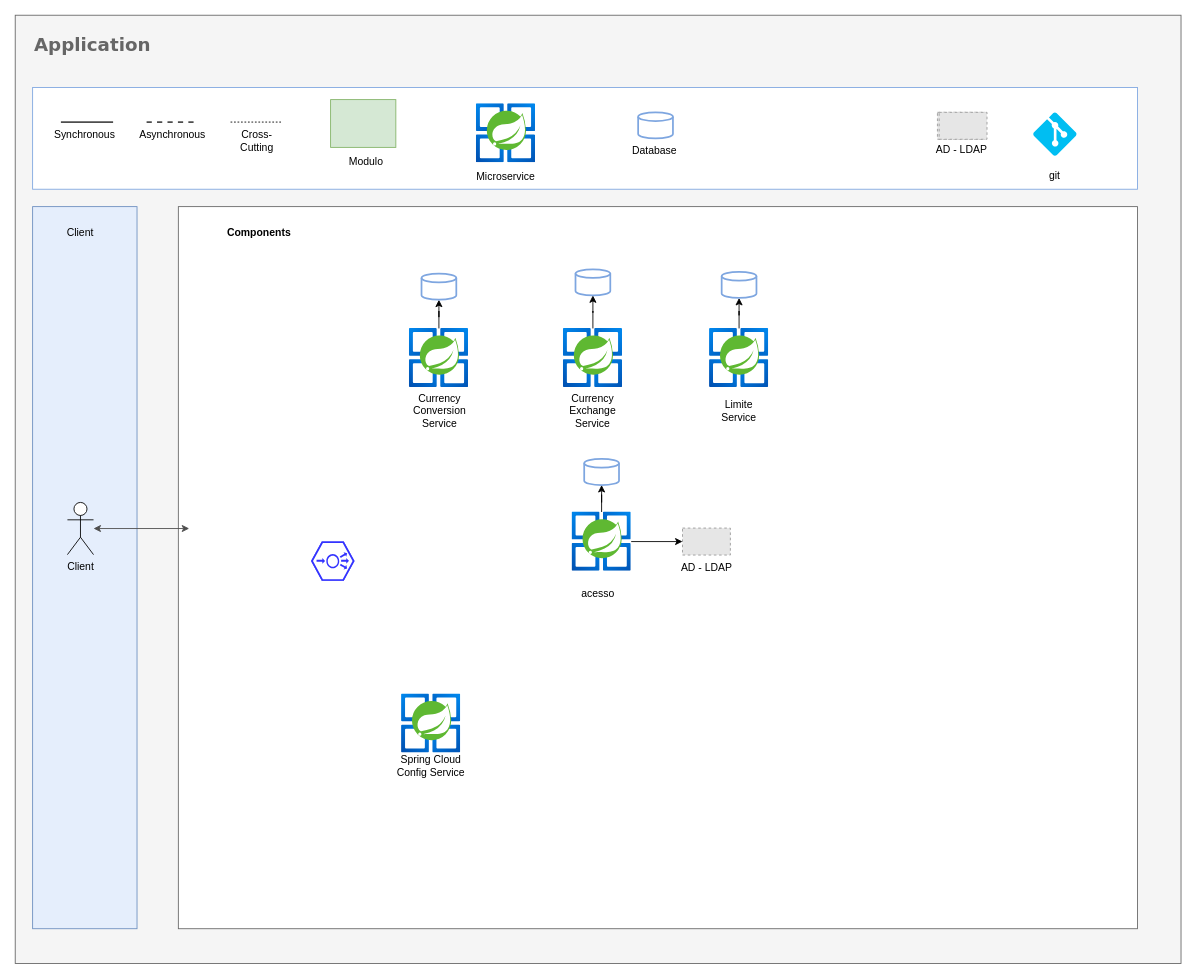
Above: page "architecture components" (3 of 4) of microservices.drawio in fidelisfelipe/microservices (draw.io), before the change. Source tidied: cells renumbered, new cells numbered last; positions are measured from the earlier drawing's top-left corner, leaving out a move shared by most shapes. Both pictures are drawn from the tidied source at 87%, with x=0, y=0 at pixel (15, 15). Pictures stored in the file or linked from it are replaced by grey dashed boxes.
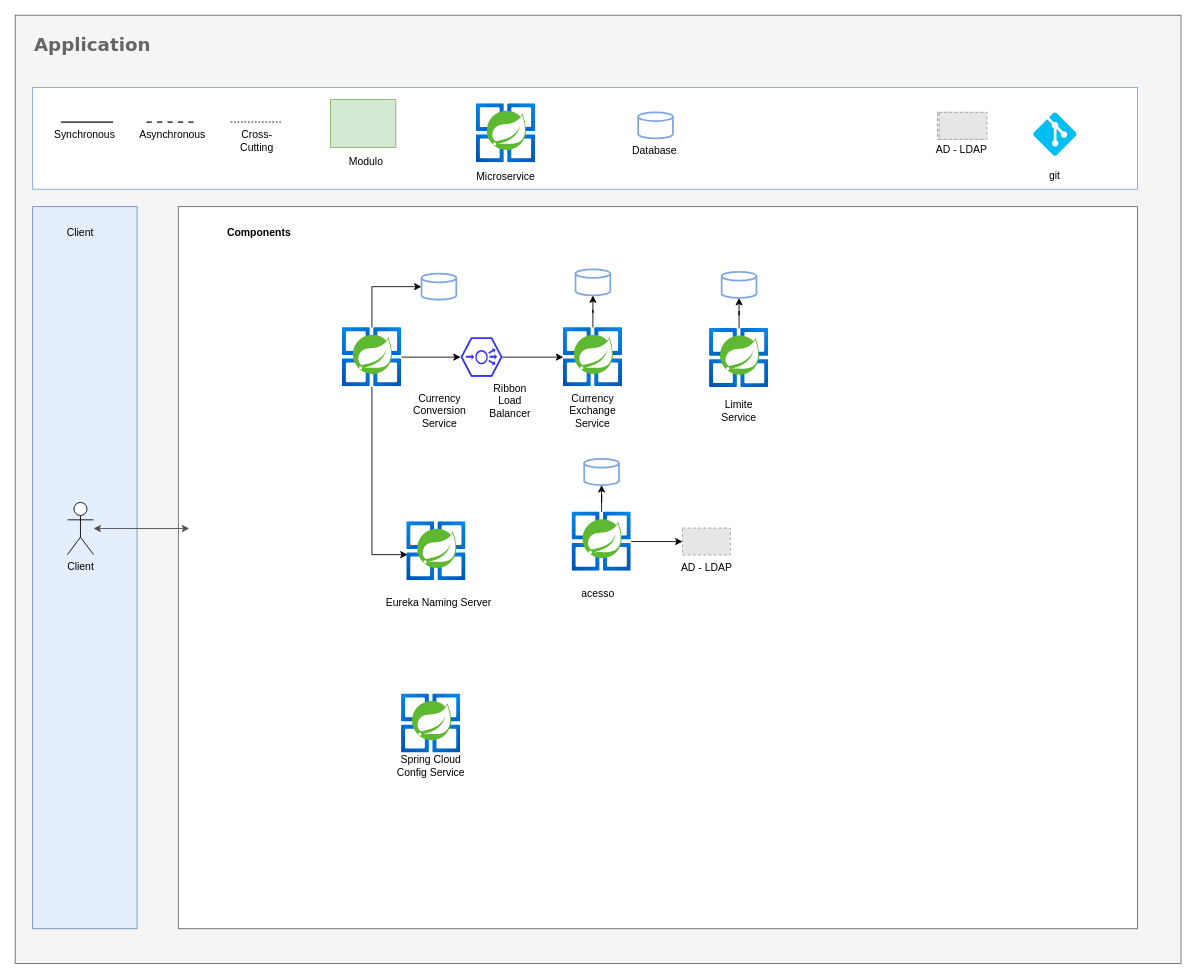
After the change.

The change refers to these unchanged cells:
```xml
<mxCell id="41" style="strokeWidth=2;html=1;shape=mxgraph.flowchart.database;whiteSpace=wrap;strokeColor=#7EA6E0;" parent="1" vertex="1">
  <mxGeometry x="467" y="297" width="40" height="30" as="geometry" />
</mxCell>
```

What changed in the source:
```diff
@@
+    <mxCell id="50" style="edgeStyle=orthogonalEdgeStyle;rounded=0;jettySize=auto;html=1;entryX=0;entryY=0.5;entryDx=0;entryDy=0;entryPerimeter=0;" parent="1" edge="1" source="29" target="49">
+      <mxGeometry relative="1" as="geometry" />
+    </mxCell>
-    <mxCell id="28" style="edgeStyle=orthogonalEdgeStyle;rounded=0;jettySize=auto;html=1;" parent="1" edge="1" source="29" target="41">
-      <mxGeometry relative="1" as="geometry" />
+    <mxCell id="28" style="edgeStyle=orthogonalEdgeStyle;rounded=0;jettySize=auto;html=1;entryX=0;entryY=0.5;entryDx=0;entryDy=0;entryPerimeter=0;" parent="1" edge="1" source="29" target="41">
+      <mxGeometry relative="1" as="geometry">
+        <Array as="points">
+          <mxPoint x="410" y="312" />
+        </Array>
+      </mxGeometry>
     </mxCell>
+    <mxCell id="51" style="edgeStyle=orthogonalEdgeStyle;rounded=0;jettySize=auto;html=1;entryX=0.015;entryY=0.559;entryDx=0;entryDy=0;entryPerimeter=0;" parent="1" edge="1" source="29" target="53">
+      <mxGeometry relative="1" as="geometry">
+        <Array as="points">
+          <mxPoint x="410" y="620" />
+        </Array>
+      </mxGeometry>
+    </mxCell>
     <mxCell id="29" style="html=1;points=[];align=center;image;fontSize=12;image=img/lib/azure2/compute/Azure_Spring_Cloud.svg;" parent="1" vertex="1">
-      <mxGeometry x="453" y="360" width="68" height="68" as="geometry" />
+      <mxGeometry x="376" y="359" width="68" height="68" as="geometry" />
     </mxCell>
@@
     <mxCell id="32" style="html=1;points=[];align=center;image;fontSize=12;image=img/lib/azure2/compute/Azure_Spring_Cloud.svg;" parent="1" vertex="1">
-      <mxGeometry x="630" y="360" width="68" height="68" as="geometry" />
+      <mxGeometry x="630" y="359" width="68" height="68" as="geometry" />
     </mxCell>
@@
+    <mxCell id="52" style="edgeStyle=orthogonalEdgeStyle;rounded=0;jettySize=auto;html=1;" parent="1" edge="1" source="49" target="32">
+      <mxGeometry relative="1" as="geometry" />
+    </mxCell>
     <mxCell id="49" style="verticalLabelPosition=bottom;sketch=0;html=1;fillColor=#3333FF;strokeColor=#ffffff;verticalAlign=top;align=center;points=[[0,0.5,0],[0.125,0.25,0],[0.25,0,0],[0.5,0,0],[0.75,0,0],[0.875,0.25,0],[1,0.5,0],[0.875,0.75,0],[0.75,1,0],[0.5,1,0],[0.125,0.75,0]];shape=mxgraph.cisco_safe.compositeIcon;bgIcon=mxgraph.cisco_safe.design.blank_device;resIcon=mxgraph.cisco_safe.design.load_balancer_2;" parent="1" vertex="1">
-      <mxGeometry x="340" y="605" width="50" height="45" as="geometry" />
+      <mxGeometry x="512" y="370.5" width="48" height="45" as="geometry" />
     </mxCell>
+    <mxCell id="53" style="html=1;points=[];align=center;image;fontSize=12;image=img/lib/azure2/compute/Azure_Spring_Cloud.svg;" parent="1" vertex="1">
+      <mxGeometry x="450" y="582" width="68" height="68" as="geometry" />
+    </mxCell>
+    <mxCell id="54" value="Eureka Naming Server" style="text;html=1;strokeColor=none;fillColor=none;align=center;verticalAlign=middle;whiteSpace=wrap;rounded=0;" parent="1" vertex="1">
+      <mxGeometry x="424" y="660" width="126" height="30" as="geometry" />
+    </mxCell>
+    <mxCell id="55" value="Ribbon&lt;br&gt;Load Balancer" style="text;html=1;strokeColor=none;fillColor=none;align=center;verticalAlign=middle;whiteSpace=wrap;rounded=0;" parent="1" vertex="1">
+      <mxGeometry x="539" y="428" width="60" height="30" as="geometry" />
+    </mxCell>
```
